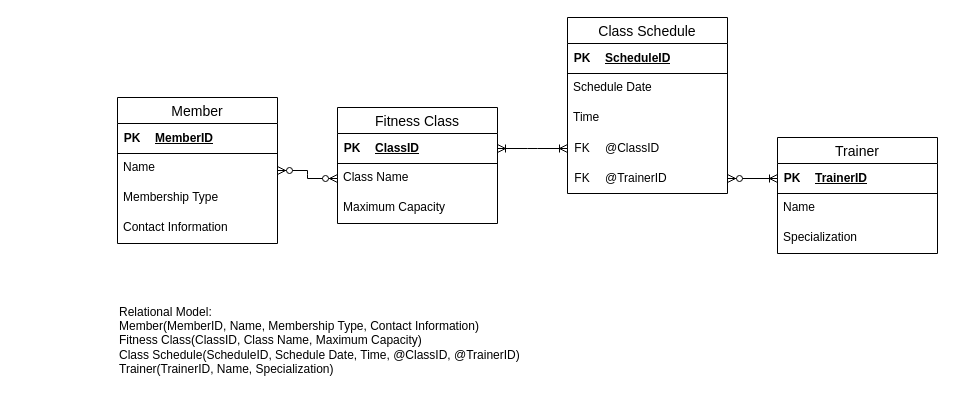
Before: page "Page-4" (4 of 4) of 未命名绘图.drawio in juliaxiahaha/Introduction-to-Databases, a draw.io diagram. Source tidied: cells renumbered, new cells numbered last; positions are measured from the earlier drawing's top-left corner, leaving out a move shared by most shapes. Both pictures are drawn from the tidied source at 100%, with x=0, y=0 at pixel (117, 17).
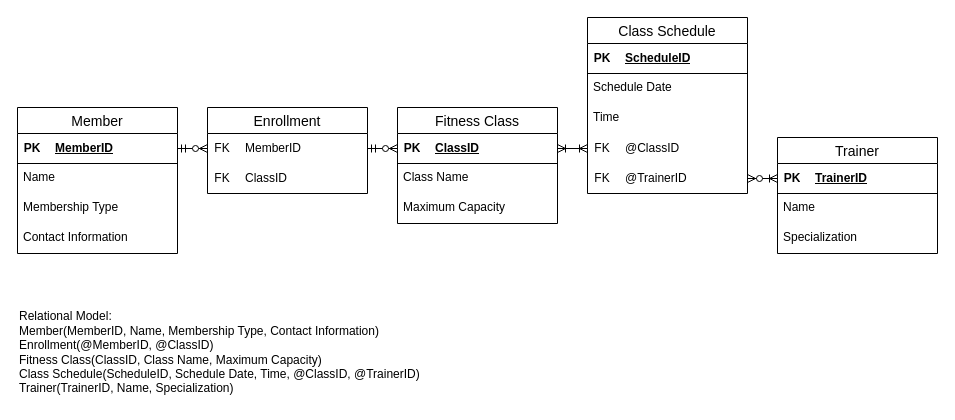
The same diagram, later.

The change refers to these unchanged cells:
```xml
<mxCell id="11" style="shape=tableRow;horizontal=0;startSize=0;swimlaneHead=0;swimlaneBody=0;fillColor=none;points=[[0,0.5],[1,0.5]];portConstraint=eastwest;top=0;left=0;right=0;bottom=1;" parent="10" vertex="1">
  <mxGeometry width="160" height="30" as="geometry" />
</mxCell>
<mxCell id="33" style="shape=tableRow;horizontal=0;startSize=0;swimlaneHead=0;swimlaneBody=0;fillColor=none;points=[[0,0.5],[1,0.5]];portConstraint=eastwest;top=0;left=0;right=0;bottom=1;" parent="32" vertex="1">
  <mxGeometry width="160" height="30" as="geometry" />
</mxCell>
<mxCell id="36" value="Class Name" style="text;strokeColor=none;fillColor=none;spacingLeft=4;spacingRight=4;overflow=hidden;points=[[0,0.5],[1,0.5]];portConstraint=eastwest;fontSize=12;whiteSpace=wrap;html=1;" parent="31" vertex="1">
  <mxGeometry y="56" width="160" height="30" as="geometry" />
</mxCell>
```

Diff of the diagram source:
```diff
@@
     <mxCell id="9" value="Member" style="swimlane;fontStyle=0;horizontal=1;startSize=26;align=center;fontSize=14;" parent="1" vertex="1">
-      <mxGeometry y="80" width="160" height="146" as="geometry" />
+      <mxGeometry x="-100" y="90" width="160" height="146" as="geometry" />
     </mxCell>
@@
     <mxCell id="17" value="Class Schedule" style="swimlane;fontStyle=0;horizontal=1;startSize=26;align=center;fontSize=14;" parent="1" vertex="1">
-      <mxGeometry x="450" width="160" height="176" as="geometry" />
+      <mxGeometry x="470" width="160" height="176" as="geometry" />
     </mxCell>
@@
     <mxCell id="31" value="Fitness Class" style="swimlane;fontStyle=0;horizontal=1;startSize=26;align=center;fontSize=14;" parent="1" vertex="1">
-      <mxGeometry x="220" y="90" width="160" height="116" as="geometry" />
+      <mxGeometry x="280" y="90" width="160" height="116" as="geometry" />
     </mxCell>
@@
-    <mxCell id="38" style="edgeStyle=entityRelationEdgeStyle;fontSize=12;html=1;endArrow=ERzeroToMany;endFill=1;startArrow=ERzeroToMany;rounded=0;" parent="1" edge="1" source="9" target="36">
-      <mxGeometry relative="1" as="geometry" />
-    </mxCell>
@@
-    <mxCell id="40" value="Relational Model:&lt;div&gt;Member(MemberID, Name, Membership Type, Contact Inform&lt;span style=&quot;background-color: transparent; color: light-dark(rgb(0, 0, 0), rgb(255, 255, 255));&quot;&gt;ation)&lt;/span&gt;&lt;/div&gt;&lt;div&gt;Fitness Class(ClassID, Class Name, Maximum Capacity)&lt;/div&gt;&lt;div style=&quot;&quot;&gt;Class Schedule(ScheduleID, Schedule Date, Time, @ClassID, @TrainerID)&lt;br&gt;Trainer(TrainerID, Name, Specialization)&lt;/div&gt;" style="text;html=1;align=left;verticalAlign=middle;strokeColor=none;fillColor=none;" parent="1" vertex="1">
-      <mxGeometry y="278" width="420" height="90" as="geometry" />
+    <mxCell id="40" value="Relational Model:&lt;div&gt;Member(MemberID, Name, Membership Type, Contact Inform&lt;span style=&quot;background-color: transparent; color: light-dark(rgb(0, 0, 0), rgb(255, 255, 255));&quot;&gt;ation)&lt;/span&gt;&lt;/div&gt;&lt;div&gt;&lt;span style=&quot;background-color: transparent; color: light-dark(rgb(0, 0, 0), rgb(255, 255, 255));&quot;&gt;Enrollment(@MemberID, @ClassID)&lt;/span&gt;&lt;/div&gt;&lt;div&gt;Fitness Class(ClassID, Class Name, Maximum Capacity)&lt;/div&gt;&lt;div style=&quot;&quot;&gt;Class Schedule(ScheduleID, Schedule Date, Time, @ClassID, @TrainerID)&lt;br&gt;Trainer(TrainerID, Name, Specialization)&lt;/div&gt;" style="text;html=1;align=left;verticalAlign=middle;strokeColor=none;fillColor=none;" parent="1" vertex="1">
+      <mxGeometry x="-100" y="285" width="420" height="100" as="geometry" />
     </mxCell>
@@
+    <mxCell id="42" value="Enrollment" style="swimlane;fontStyle=0;horizontal=1;startSize=26;align=center;fontSize=14;" parent="1" vertex="1">
+      <mxGeometry x="90" y="90" width="160" height="86" as="geometry" />
+    </mxCell>
+    <mxCell id="43" style="shape=table;startSize=0;childLayout=tableLayout;rowLines=0;fontStyle=0;align=center;strokeColor=none;fillColor=none;" parent="42" vertex="1">
+      <mxGeometry y="26" width="160" height="30" as="geometry" />
+    </mxCell>
+    <mxCell id="44" style="shape=tableRow;horizontal=0;startSize=0;swimlaneHead=0;swimlaneBody=0;fillColor=none;points=[[0,0.5],[1,0.5]];portConstraint=eastwest;top=0;left=0;right=0;bottom=0;" parent="43" vertex="1">
+      <mxGeometry width="160" height="30" as="geometry" />
+    </mxCell>
+    <mxCell id="45" value="FK" style="shape=partialRectangle;fillColor=none;top=0;left=0;bottom=0;right=0;fontStyle=0;overflow=hidden;whiteSpace=wrap;html=1;" parent="44" vertex="1">
+      <mxGeometry width="30" height="30" as="geometry" />
+    </mxCell>
+    <mxCell id="46" value="MemberID" style="shape=partialRectangle;fillColor=none;top=0;left=0;bottom=0;right=0;align=left;spacingLeft=6;fontStyle=0;overflow=hidden;whiteSpace=wrap;html=1;" parent="44" vertex="1">
+      <mxGeometry x="30" width="130" height="30" as="geometry" />
+    </mxCell>
+    <mxCell id="47" style="shape=table;startSize=0;childLayout=tableLayout;rowLines=0;fontStyle=0;align=center;strokeColor=none;fillColor=none;" parent="42" vertex="1">
+      <mxGeometry y="56" width="160" height="30" as="geometry" />
+    </mxCell>
+    <mxCell id="48" style="shape=tableRow;horizontal=0;startSize=0;swimlaneHead=0;swimlaneBody=0;fillColor=none;top=0;left=0;right=0;bottom=0;" parent="47" vertex="1">
+      <mxGeometry width="160" height="30" as="geometry" />
+    </mxCell>
+    <mxCell id="49" value="FK" style="shape=partialRectangle;fillColor=none;top=0;left=0;bottom=0;right=0;fontStyle=0;overflow=hidden;whiteSpace=wrap;html=1;" parent="48" vertex="1">
+      <mxGeometry width="30" height="30" as="geometry" />
+    </mxCell>
+    <mxCell id="50" value="ClassID" style="shape=partialRectangle;fillColor=none;top=0;left=0;bottom=0;right=0;align=left;spacingLeft=6;fontStyle=0;overflow=hidden;whiteSpace=wrap;html=1;" parent="48" vertex="1">
+      <mxGeometry x="30" width="130" height="30" as="geometry" />
+    </mxCell>
+    <mxCell id="51" style="edgeStyle=entityRelationEdgeStyle;fontSize=12;html=1;endArrow=ERzeroToMany;startArrow=ERmandOne;rounded=0;exitX=1;exitY=0.5;exitDx=0;exitDy=0;entryX=0;entryY=0.5;entryDx=0;entryDy=0;" parent="1" edge="1" source="11" target="44">
+      <mxGeometry relative="1" as="geometry" />
+    </mxCell>
+    <mxCell id="52" style="edgeStyle=entityRelationEdgeStyle;fontSize=12;html=1;endArrow=ERzeroToMany;startArrow=ERmandOne;rounded=0;exitX=1;exitY=0.5;exitDx=0;exitDy=0;entryX=0;entryY=0.5;entryDx=0;entryDy=0;" parent="1" edge="1" source="44" target="33">
+      <mxGeometry relative="1" as="geometry" />
+    </mxCell>
```
